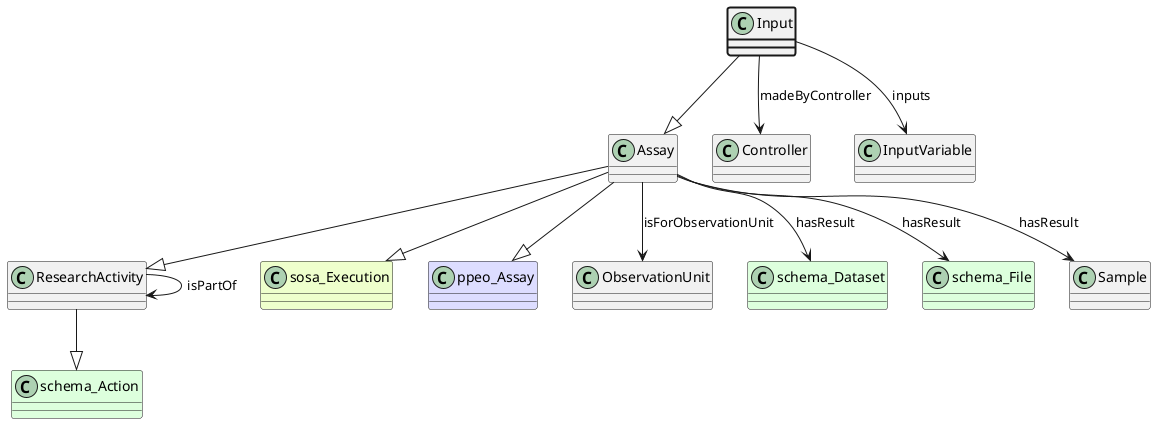
This is ttl_uml/ttl_appn_Input.png from aus-plant-phenomics-network/appn-schema, a PlantUML export, as it was before one commit. Its diagram source:
```plantuml
@startuml
class Input  #line.bold
class Assay
class ResearchActivity
class schema_Action #DDFFDD
ResearchActivity --|> schema_Action
class ResearchActivity
ResearchActivity --> ResearchActivity : isPartOf
Assay --|> ResearchActivity
class sosa_Execution #EEFFCC
Assay --|> sosa_Execution
class ppeo_Assay #DDDDFF
Assay --|> ppeo_Assay
class ObservationUnit
Assay --> ObservationUnit : isForObservationUnit
class schema_Dataset #DDFFDD
Assay --> schema_Dataset : hasResult
class schema_File #DDFFDD
Assay --> schema_File : hasResult
class Sample
Assay --> Sample : hasResult
Input --|> Assay
class Controller
Input --> Controller : madeByController
class InputVariable
Input --> InputVariable : inputs
@enduml
```
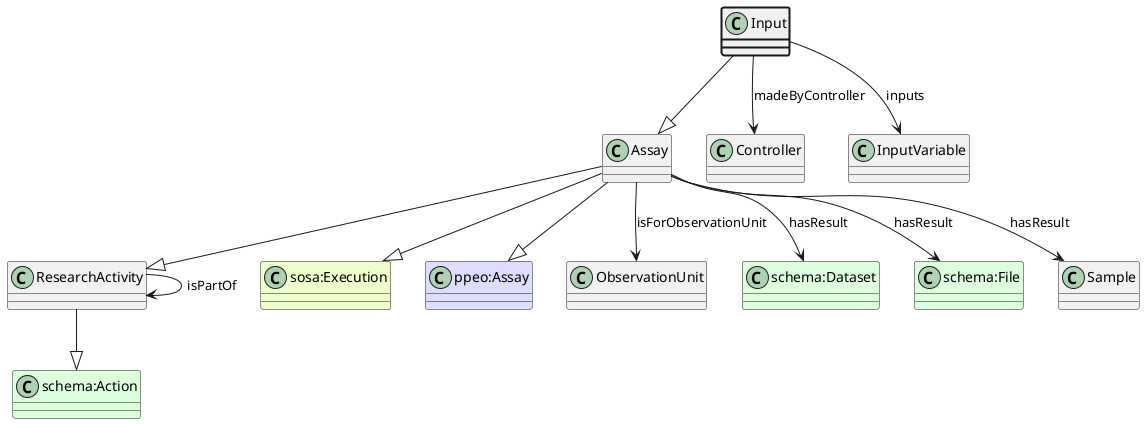
The same file after the commit.

What changed in the source:
```diff
@@ -2,21 +2,21 @@
 class Input  #line.bold
 class Assay
 class ResearchActivity
-class schema_Action #DDFFDD
-ResearchActivity --|> schema_Action
+class "schema:Action" #DDFFDD
+ResearchActivity --|> "schema:Action"
 class ResearchActivity
 ResearchActivity --> ResearchActivity : isPartOf
 Assay --|> ResearchActivity
-class sosa_Execution #EEFFCC
-Assay --|> sosa_Execution
-class ppeo_Assay #DDDDFF
-Assay --|> ppeo_Assay
+class "sosa:Execution" #EEFFCC
+Assay --|> "sosa:Execution"
+class "ppeo:Assay" #DDDDFF
+Assay --|> "ppeo:Assay"
 class ObservationUnit
 Assay --> ObservationUnit : isForObservationUnit
-class schema_Dataset #DDFFDD
-Assay --> schema_Dataset : hasResult
-class schema_File #DDFFDD
-Assay --> schema_File : hasResult
+class "schema:Dataset" #DDFFDD
+Assay --> "schema:Dataset" : hasResult
+class "schema:File" #DDFFDD
+Assay --> "schema:File" : hasResult
 class Sample
 Assay --> Sample : hasResult
 Input --|> Assay
```
